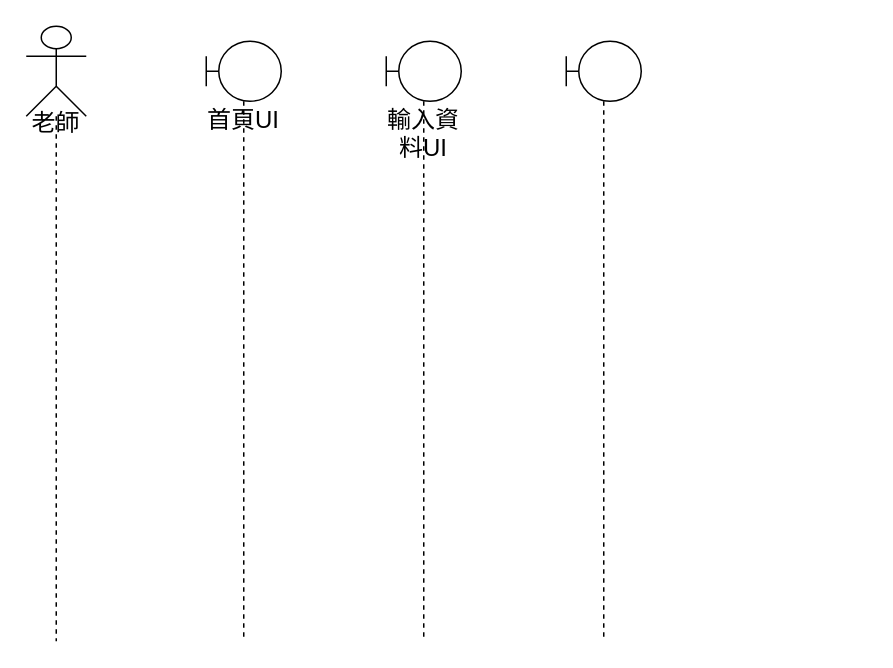
The draw.io diagram UI循序圖(蒐集備課資料).drawio in Kevincheng0804/System-analysis, before the edit. Source tidied: cells renumbered, new cells numbered last; positions are measured from the earlier drawing's top-left corner, leaving out a move shared by most shapes. Both pictures are drawn from the tidied source at 150%, with x=0, y=0 at pixel (26, 26).
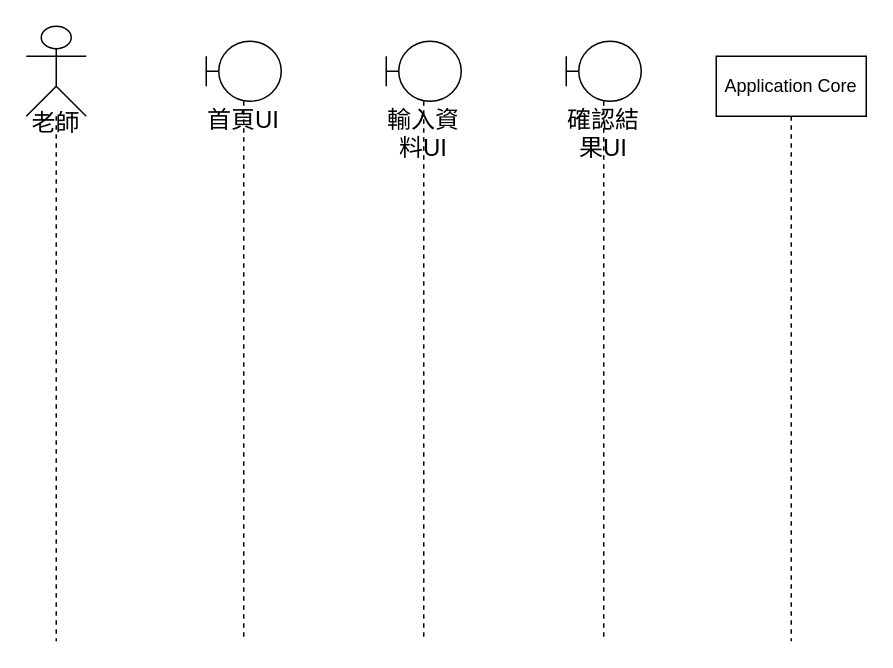
After the change.

Diff of the diagram source:
```diff
@@
 <mxGraphModel>
   <root>
     <mxCell id="0" />
     <mxCell id="1" parent="0" />
     <mxCell id="2" value="&lt;p&gt;&lt;font style=&quot;font-size: 16px;&quot;&gt;老師&lt;/font&gt;&lt;/p&gt;" style="shape=umlLifeline;participant=umlActor;perimeter=lifelinePerimeter;whiteSpace=wrap;html=1;verticalAlign=top;spacingTop=36;size=60;align=center;" parent="1" vertex="1">
       <mxGeometry width="40" height="410" as="geometry" />
     </mxCell>
     <mxCell id="3" value="首頁UI" style="shape=umlLifeline;participant=umlBoundary;perimeter=lifelinePerimeter;whiteSpace=wrap;html=1;verticalAlign=top;spacingTop=36;fontSize=16;" parent="1" vertex="1">
       <mxGeometry x="120" y="10" width="50" height="400" as="geometry" />
     </mxCell>
     <mxCell id="4" value="輸入資料UI" style="shape=umlLifeline;participant=umlBoundary;perimeter=lifelinePerimeter;whiteSpace=wrap;html=1;verticalAlign=top;spacingTop=36;fontSize=16;" parent="1" vertex="1">
       <mxGeometry x="240" y="10" width="50" height="400" as="geometry" />
     </mxCell>
-    <mxCell id="5" style="shape=umlLifeline;participant=umlBoundary;perimeter=lifelinePerimeter;whiteSpace=wrap;html=1;verticalAlign=top;spacingTop=36;fontSize=16;" parent="1" vertex="1">
+    <mxCell id="5" value="確認結果UI" style="shape=umlLifeline;participant=umlBoundary;perimeter=lifelinePerimeter;whiteSpace=wrap;html=1;verticalAlign=top;spacingTop=36;fontSize=16;" parent="1" vertex="1">
       <mxGeometry x="360" y="10" width="50" height="400" as="geometry" />
     </mxCell>
+    <mxCell id="6" value="Application Core" style="shape=umlLifeline;perimeter=lifelinePerimeter;whiteSpace=wrap;html=1;" parent="1" vertex="1">
+      <mxGeometry x="460" y="20" width="100" height="390" as="geometry" />
+    </mxCell>
   </root>
 </mxGraphModel>
```
